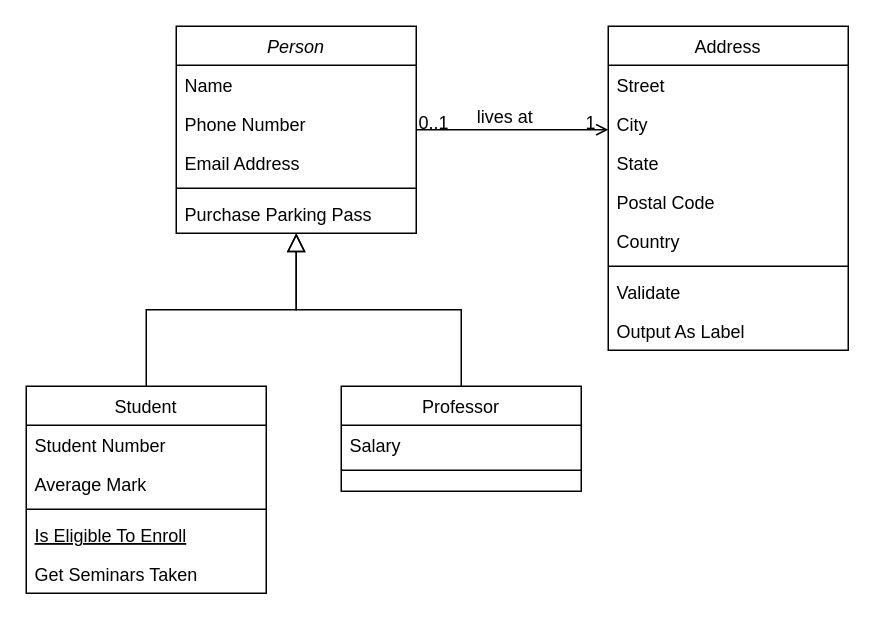
Earlier version of the draw.io diagram Untitled Diagram.drawio (ChAlan25/UML). Source tidied: cells renumbered, new cells numbered last; positions are measured from the earlier drawing's top-left corner, leaving out a move shared by most shapes. Both pictures are drawn from the tidied source at 150%, with x=0, y=0 at pixel (26, 26).
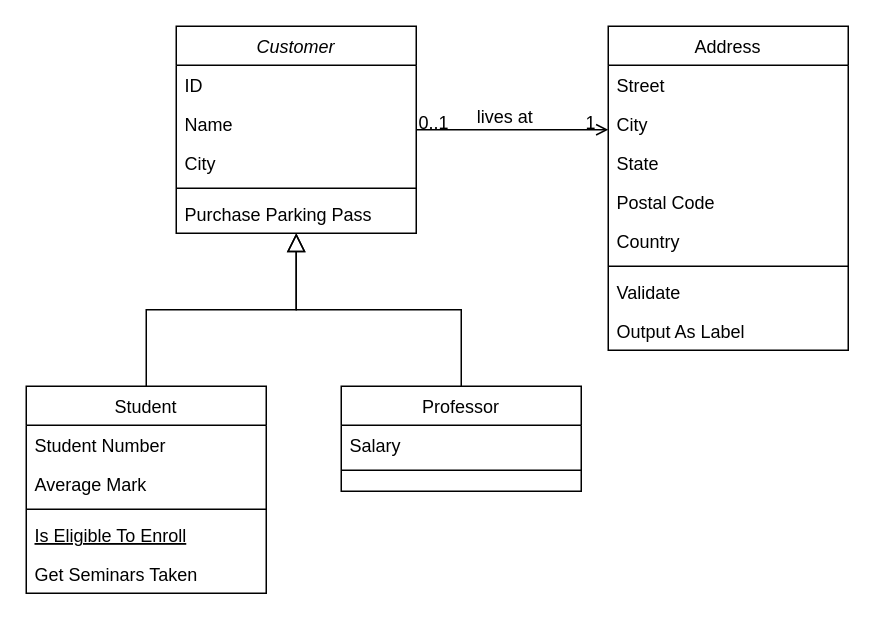
Above is the later version.

What changed in the source:
```diff
@@
-    <mxCell id="2" value="Person" style="swimlane;fontStyle=2;align=center;verticalAlign=top;horizontal=1;startSize=26;rounded=0;shadow=0;strokeWidth=1;" parent="1" vertex="1">
+    <mxCell id="2" value="Customer" style="swimlane;fontStyle=2;align=center;verticalAlign=top;horizontal=1;startSize=26;rounded=0;shadow=0;strokeWidth=1;" parent="1" vertex="1">
       <mxGeometry x="100" width="160" height="138" as="geometry" />
     </mxCell>
-    <mxCell id="3" value="Name" style="text;align=left;verticalAlign=top;spacingLeft=4;spacingRight=4;overflow=hidden;" parent="2" vertex="1">
+    <mxCell id="3" value="ID" style="text;align=left;verticalAlign=top;spacingLeft=4;spacingRight=4;overflow=hidden;" parent="2" vertex="1">
       <mxGeometry y="26" width="160" height="26" as="geometry" />
     </mxCell>
-    <mxCell id="4" value="Phone Number" style="text;align=left;verticalAlign=top;spacingLeft=4;spacingRight=4;overflow=hidden;rounded=0;shadow=0;html=0;" parent="2" vertex="1">
+    <mxCell id="4" value="Name" style="text;align=left;verticalAlign=top;spacingLeft=4;spacingRight=4;overflow=hidden;rounded=0;shadow=0;html=0;" parent="2" vertex="1">
       <mxGeometry y="52" width="160" height="26" as="geometry" />
     </mxCell>
-    <mxCell id="5" value="Email Address" style="text;align=left;verticalAlign=top;spacingLeft=4;spacingRight=4;overflow=hidden;rounded=0;shadow=0;html=0;" parent="2" vertex="1">
+    <mxCell id="5" value="City" style="text;align=left;verticalAlign=top;spacingLeft=4;spacingRight=4;overflow=hidden;rounded=0;shadow=0;html=0;" parent="2" vertex="1">
       <mxGeometry y="78" width="160" height="26" as="geometry" />
     </mxCell>
```
